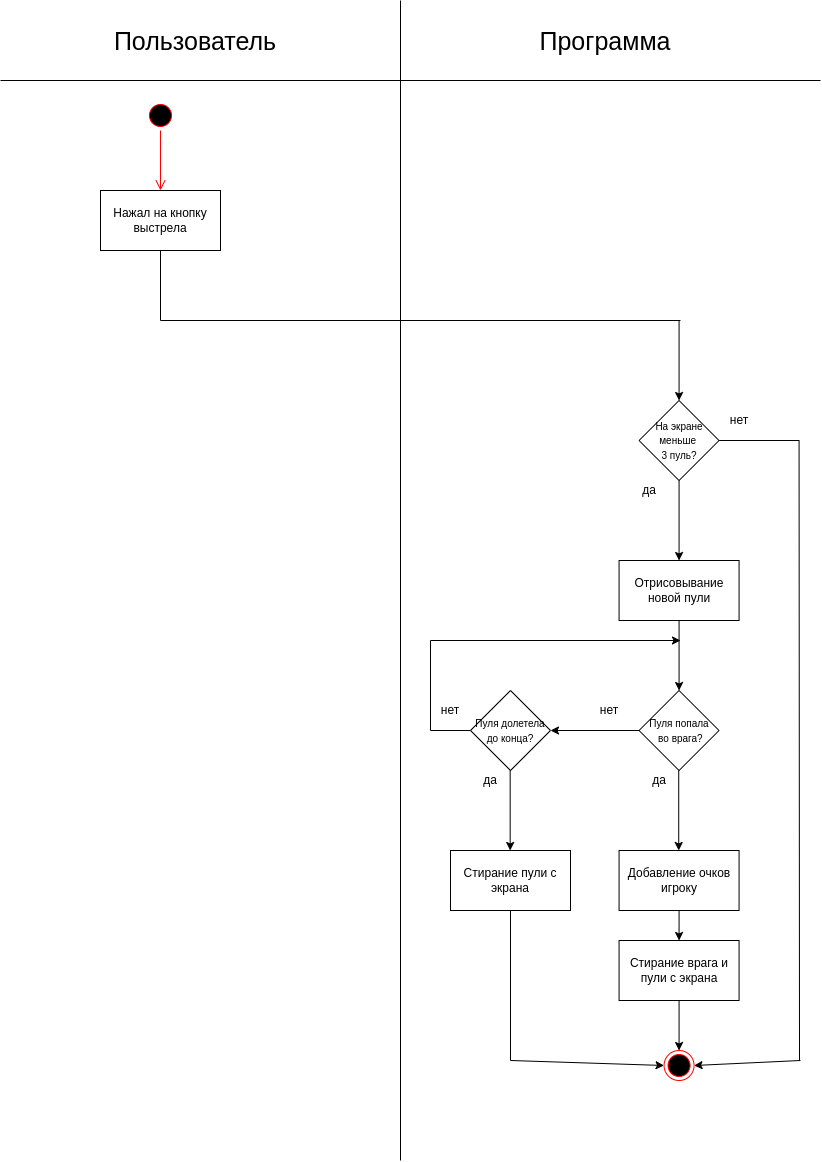
This is act_diagr/Shoot.png from postavtezachet/TRIPTO2, a draw.io export, as it was before one commit. Source tidied: cells renumbered, new cells last; positions are measured from the earlier drawing's top-left corner, leaving out a move shared by most shapes.
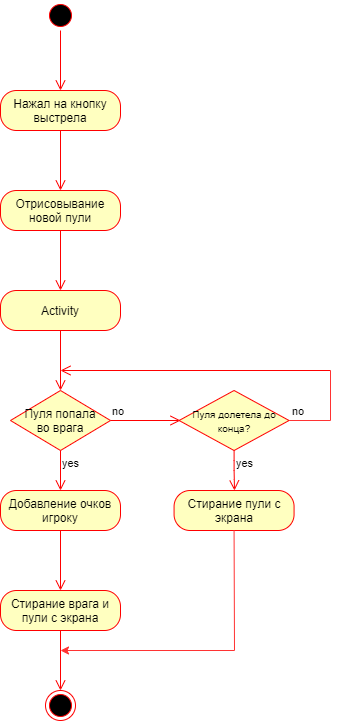
Later version of the same file.

Diff of the diagram source:
```diff
@@ -2,166 +2,108 @@
   <root>
     <mxCell id="0" />
     <mxCell id="1" parent="0" />
-    <mxCell id="2" style="endArrow=none;html=1;" parent="1" edge="1">
-      <mxGeometry relative="1" as="geometry">
-        <mxPoint y="80" as="sourcePoint" />
-        <mxPoint x="820" y="80" as="targetPoint" />
-      </mxGeometry>
-    </mxCell>
-    <mxCell id="3" style="endArrow=none;html=1;" parent="1" edge="1">
-      <mxGeometry relative="1" as="geometry">
-        <mxPoint x="400" as="sourcePoint" />
-        <mxPoint x="400" y="1160" as="targetPoint" />
-      </mxGeometry>
-    </mxCell>
-    <mxCell id="4" value="&lt;font style=&quot;font-size: 25px&quot;&gt;Пользователь&lt;/font&gt;" style="text;html=1;strokeColor=none;fillColor=none;align=center;verticalAlign=middle;whiteSpace=wrap;rounded=0;" parent="1" vertex="1">
-      <mxGeometry width="390" height="80" as="geometry" />
-    </mxCell>
-    <mxCell id="5" value="&lt;font style=&quot;font-size: 25px&quot;&gt;Программа&lt;/font&gt;" style="text;html=1;strokeColor=none;fillColor=none;align=center;verticalAlign=middle;whiteSpace=wrap;rounded=0;" parent="1" vertex="1">
-      <mxGeometry x="410" width="390" height="80" as="geometry" />
-    </mxCell>
+    <mxCell id="34" style="ellipse;html=1;shape=endState;fillColor=#000000;strokeColor=#ff0000;" parent="1" vertex="1">
+      <mxGeometry x="395" y="800" width="30" height="30" as="geometry" />
+    </mxCell>
-    <mxCell id="6" value="Нажал на кнопку выстрела" style="rounded=0;whiteSpace=wrap;html=1;" parent="1" vertex="1">
-      <mxGeometry x="100" y="190" width="120" height="60" as="geometry" />
+    <mxCell id="6" value="Нажал на кнопку выстрела" style="rounded=1;whiteSpace=wrap;html=1;arcSize=40;fontColor=#000000;fillColor=#ffffc0;strokeColor=#ff0000;" parent="1" vertex="1">
+      <mxGeometry x="350" y="200" width="120" height="40" as="geometry" />
     </mxCell>
-    <mxCell id="7" style="ellipse;html=1;shape=startState;fillColor=#000000;strokeColor=#ff0000;" parent="1" vertex="1">
-      <mxGeometry x="145" y="100" width="30" height="30" as="geometry" />
-    </mxCell>
-    <mxCell id="8" style="edgeStyle=orthogonalEdgeStyle;html=1;verticalAlign=bottom;endArrow=open;endSize=8;strokeColor=#ff0000;" parent="1" edge="1" source="7">
-      <mxGeometry relative="1" as="geometry">
-        <mxPoint x="160" y="190" as="targetPoint" />
-      </mxGeometry>
-    </mxCell>
-    <mxCell id="9" style="endArrow=none;html=1;entryX=0.5;entryY=1;entryDx=0;entryDy=0;" parent="1" edge="1" target="6">
-      <mxGeometry relative="1" as="geometry">
-        <mxPoint x="160" y="320" as="sourcePoint" />
-      </mxGeometry>
-    </mxCell>
-    <mxCell id="10" style="endArrow=none;html=1;" parent="1" edge="1">
-      <mxGeometry relative="1" as="geometry">
-        <mxPoint x="160" y="320" as="sourcePoint" />
-        <mxPoint x="680" y="320" as="targetPoint" />
-      </mxGeometry>
-    </mxCell>
-    <mxCell id="11" style="endArrow=classic;html=1;" parent="1" edge="1">
-      <mxGeometry relative="1" as="geometry">
-        <mxPoint x="678.6" y="320" as="sourcePoint" />
-        <mxPoint x="678.6" y="400" as="targetPoint" />
-      </mxGeometry>
-    </mxCell>
-    <mxCell id="12" value="&lt;font style=&quot;font-size: 10px&quot;&gt;На экране меньше &lt;br&gt;3 пуль?&lt;/font&gt;" style="rhombus;whiteSpace=wrap;html=1;" parent="1" vertex="1">
-      <mxGeometry x="638.6" y="400" width="80" height="80" as="geometry" />
-    </mxCell>
-    <mxCell id="13" style="endArrow=classic;html=1;exitX=0.5;exitY=1;exitDx=0;exitDy=0;" parent="1" edge="1" source="12">
-      <mxGeometry relative="1" as="geometry">
-        <mxPoint x="678.6" y="560" as="targetPoint" />
-      </mxGeometry>
-    </mxCell>
-    <mxCell id="14" style="endArrow=none;html=1;" parent="1" edge="1">
-      <mxGeometry relative="1" as="geometry">
-        <mxPoint x="718.6" y="440" as="sourcePoint" />
-        <mxPoint x="798.6" y="440" as="targetPoint" />
-      </mxGeometry>
-    </mxCell>
-    <mxCell id="15" style="endArrow=none;html=1;" parent="1" edge="1">
-      <mxGeometry relative="1" as="geometry">
-        <mxPoint x="799" y="1060" as="sourcePoint" />
-        <mxPoint x="798.6" y="440" as="targetPoint" />
-      </mxGeometry>
-    </mxCell>
-    <mxCell id="16" value="нет" style="text;html=1;strokeColor=none;fillColor=none;align=center;verticalAlign=middle;whiteSpace=wrap;rounded=0;" parent="1" vertex="1">
-      <mxGeometry x="718.6" y="410" width="40" height="20" as="geometry" />
-    </mxCell>
-    <mxCell id="17" value="да" style="text;html=1;strokeColor=none;fillColor=none;align=center;verticalAlign=middle;whiteSpace=wrap;rounded=0;" parent="1" vertex="1">
-      <mxGeometry x="628.6" y="480" width="40" height="20" as="geometry" />
-    </mxCell>
+    <mxCell id="41" style="edgeStyle=orthogonalEdgeStyle;html=1;verticalAlign=bottom;endArrow=open;endSize=8;strokeColor=#ff0000;" parent="1" edge="1" source="6">
+      <mxGeometry relative="1" as="geometry">
+        <mxPoint x="410" y="300" as="targetPoint" />
+      </mxGeometry>
+    </mxCell>
+    <mxCell id="42" style="ellipse;html=1;shape=startState;fillColor=#000000;strokeColor=#ff0000;" parent="1" vertex="1">
+      <mxGeometry x="395" y="110" width="30" height="30" as="geometry" />
+    </mxCell>
+    <mxCell id="43" style="edgeStyle=orthogonalEdgeStyle;html=1;verticalAlign=bottom;endArrow=open;endSize=8;strokeColor=#ff0000;" parent="1" edge="1" source="42">
+      <mxGeometry relative="1" as="geometry">
+        <mxPoint x="410" y="200" as="targetPoint" />
+      </mxGeometry>
+    </mxCell>
-    <mxCell id="18" value="Отрисовывание новой пули" style="rounded=0;whiteSpace=wrap;html=1;" parent="1" vertex="1">
-      <mxGeometry x="618.6" y="560" width="120" height="60" as="geometry" />
+    <mxCell id="18" value="Отрисовывание новой пули" style="rounded=1;whiteSpace=wrap;html=1;arcSize=40;fontColor=#000000;fillColor=#ffffc0;strokeColor=#ff0000;" parent="1" vertex="1">
+      <mxGeometry x="350" y="300" width="120" height="40" as="geometry" />
     </mxCell>
-    <mxCell id="19" value="&lt;span style=&quot;font-size: 10px&quot;&gt;Пуля попала&lt;br&gt;&amp;nbsp;во врага?&lt;/span&gt;" style="rhombus;whiteSpace=wrap;html=1;" parent="1" vertex="1">
-      <mxGeometry x="638.6" y="690" width="80" height="80" as="geometry" />
-    </mxCell>
-    <mxCell id="20" style="endArrow=classic;html=1;exitX=0.5;exitY=1;exitDx=0;exitDy=0;entryX=0.5;entryY=0;entryDx=0;entryDy=0;" parent="1" edge="1" source="18" target="19">
-      <mxGeometry relative="1" as="geometry" />
-    </mxCell>
-    <mxCell id="21" style="endArrow=classic;html=1;exitX=0.5;exitY=1;exitDx=0;exitDy=0;" parent="1" edge="1">
-      <mxGeometry relative="1" as="geometry">
-        <mxPoint x="678.2" y="770" as="sourcePoint" />
-        <mxPoint x="678.2" y="850" as="targetPoint" />
-      </mxGeometry>
-    </mxCell>
-    <mxCell id="22" value="да" style="text;html=1;strokeColor=none;fillColor=none;align=center;verticalAlign=middle;whiteSpace=wrap;rounded=0;" parent="1" vertex="1">
-      <mxGeometry x="638.6" y="770" width="40" height="20" as="geometry" />
-    </mxCell>
+    <mxCell id="44" style="edgeStyle=orthogonalEdgeStyle;html=1;verticalAlign=bottom;endArrow=open;endSize=8;strokeColor=#ff0000;" parent="1" edge="1" source="18">
+      <mxGeometry relative="1" as="geometry">
+        <mxPoint x="410" y="400" as="targetPoint" />
+      </mxGeometry>
+    </mxCell>
+    <mxCell id="45" value="Activity" style="rounded=1;whiteSpace=wrap;html=1;arcSize=40;fontColor=#000000;fillColor=#ffffc0;strokeColor=#ff0000;" parent="1" vertex="1">
+      <mxGeometry x="350" y="400" width="120" height="40" as="geometry" />
+    </mxCell>
+    <mxCell id="46" style="edgeStyle=orthogonalEdgeStyle;html=1;verticalAlign=bottom;endArrow=open;endSize=8;strokeColor=#ff0000;" parent="1" edge="1" source="45">
+      <mxGeometry relative="1" as="geometry">
+        <mxPoint x="410" y="500" as="targetPoint" />
+      </mxGeometry>
+    </mxCell>
+    <mxCell id="47" value="Пуля попала&lt;br&gt;во врага" style="rhombus;whiteSpace=wrap;html=1;fillColor=#ffffc0;strokeColor=#ff0000;" parent="1" vertex="1">
+      <mxGeometry x="360" y="500" width="100" height="60" as="geometry" />
+    </mxCell>
+    <mxCell id="48" value="no" style="edgeStyle=orthogonalEdgeStyle;html=1;align=left;verticalAlign=bottom;endArrow=open;endSize=8;strokeColor=#ff0000;" parent="1" edge="1" source="47">
+      <mxGeometry x="-1" relative="1" as="geometry">
+        <mxPoint x="530" y="530" as="targetPoint" />
+      </mxGeometry>
+    </mxCell>
+    <mxCell id="49" value="yes" style="edgeStyle=orthogonalEdgeStyle;html=1;align=left;verticalAlign=top;endArrow=open;endSize=8;strokeColor=#ff0000;" parent="1" edge="1" source="47">
+      <mxGeometry x="-1" relative="1" as="geometry">
+        <mxPoint x="410" y="600" as="targetPoint" />
+      </mxGeometry>
+    </mxCell>
+    <mxCell id="24" value="&lt;span style=&quot;font-size: 10px&quot;&gt;Пуля долетела до конца?&lt;/span&gt;" style="rhombus;whiteSpace=wrap;html=1;fillColor=#ffffc0;strokeColor=#ff0000;" parent="1" vertex="1">
+      <mxGeometry x="528.6" y="500" width="110" height="60" as="geometry" />
+    </mxCell>
+    <mxCell id="50" value="yes" style="edgeStyle=orthogonalEdgeStyle;html=1;align=left;verticalAlign=top;endArrow=open;endSize=8;strokeColor=#ff0000;" parent="1" edge="1" source="24">
+      <mxGeometry x="-1" relative="1" as="geometry">
+        <mxPoint x="584" y="600" as="targetPoint" />
+      </mxGeometry>
+    </mxCell>
+    <mxCell id="51" style="endArrow=none;html=1;entryX=1;entryY=0.5;entryDx=0;entryDy=0;strokeColor=#FF3333;" parent="1" edge="1" target="24">
+      <mxGeometry relative="1" as="geometry">
+        <mxPoint x="680" y="530" as="sourcePoint" />
+      </mxGeometry>
+    </mxCell>
+    <mxCell id="52" value="no" style="edgeStyle=orthogonalEdgeStyle;html=1;align=left;verticalAlign=bottom;endArrow=open;endSize=8;strokeColor=#ff0000;" parent="1" edge="1">
+      <mxGeometry x="-0.7" y="50" relative="1" as="geometry">
+        <mxPoint x="680" y="480" as="sourcePoint" />
+        <mxPoint x="410" y="480" as="targetPoint" />
+      </mxGeometry>
+    </mxCell>
+    <mxCell id="53" style="endArrow=none;html=1;strokeColor=#FF3333;" parent="1" edge="1">
+      <mxGeometry relative="1" as="geometry">
+        <mxPoint x="680" y="480" as="sourcePoint" />
+        <mxPoint x="680" y="530" as="targetPoint" />
+      </mxGeometry>
+    </mxCell>
+    <mxCell id="39" value="Добавление очков игроку" style="rounded=1;whiteSpace=wrap;html=1;arcSize=40;fontColor=#000000;fillColor=#ffffc0;strokeColor=#ff0000;" parent="1" vertex="1">
+      <mxGeometry x="350" y="600" width="120" height="40" as="geometry" />
+    </mxCell>
+    <mxCell id="54" style="edgeStyle=orthogonalEdgeStyle;html=1;verticalAlign=bottom;endArrow=open;endSize=8;strokeColor=#ff0000;" parent="1" edge="1" source="39">
+      <mxGeometry relative="1" as="geometry">
+        <mxPoint x="410" y="700" as="targetPoint" />
+      </mxGeometry>
+    </mxCell>
-    <mxCell id="23" value="Стирание врага и пули с экрана" style="rounded=0;whiteSpace=wrap;html=1;" parent="1" vertex="1">
-      <mxGeometry x="618.6" y="940" width="120" height="60" as="geometry" />
+    <mxCell id="23" value="Стирание врага и пули с экрана" style="rounded=1;whiteSpace=wrap;html=1;arcSize=40;fontColor=#000000;fillColor=#ffffc0;strokeColor=#ff0000;" parent="1" vertex="1">
+      <mxGeometry x="350" y="700" width="120" height="40" as="geometry" />
     </mxCell>
-    <mxCell id="24" value="&lt;span style=&quot;font-size: 10px&quot;&gt;Пуля долетела до конца?&lt;/span&gt;" style="rhombus;whiteSpace=wrap;html=1;" parent="1" vertex="1">
-      <mxGeometry x="470" y="690" width="80" height="80" as="geometry" />
-    </mxCell>
-    <mxCell id="25" style="endArrow=classic;html=1;exitX=0;exitY=0.5;exitDx=0;exitDy=0;entryX=1;entryY=0.5;entryDx=0;entryDy=0;" parent="1" edge="1" source="19" target="24">
-      <mxGeometry relative="1" as="geometry" />
-    </mxCell>
-    <mxCell id="26" value="нет" style="text;html=1;strokeColor=none;fillColor=none;align=center;verticalAlign=middle;whiteSpace=wrap;rounded=0;" parent="1" vertex="1">
-      <mxGeometry x="588.6" y="700" width="40" height="20" as="geometry" />
-    </mxCell>
-    <mxCell id="27" style="endArrow=classic;html=1;exitX=0.5;exitY=1;exitDx=0;exitDy=0;" parent="1" edge="1">
-      <mxGeometry relative="1" as="geometry">
-        <mxPoint x="509.7" y="770" as="sourcePoint" />
-        <mxPoint x="509.7" y="850" as="targetPoint" />
-      </mxGeometry>
-    </mxCell>
-    <mxCell id="28" value="да" style="text;html=1;strokeColor=none;fillColor=none;align=center;verticalAlign=middle;whiteSpace=wrap;rounded=0;" parent="1" vertex="1">
-      <mxGeometry x="470" y="770" width="40" height="20" as="geometry" />
-    </mxCell>
+    <mxCell id="55" style="edgeStyle=orthogonalEdgeStyle;html=1;verticalAlign=bottom;endArrow=open;endSize=8;strokeColor=#ff0000;" parent="1" edge="1" source="23">
+      <mxGeometry relative="1" as="geometry">
+        <mxPoint x="410" y="800" as="targetPoint" />
+      </mxGeometry>
+    </mxCell>
-    <mxCell id="29" value="Стирание пули с экрана" style="rounded=0;whiteSpace=wrap;html=1;" parent="1" vertex="1">
-      <mxGeometry x="450" y="850" width="120" height="60" as="geometry" />
+    <mxCell id="29" value="Стирание пули с экрана" style="rounded=1;whiteSpace=wrap;html=1;arcSize=40;fontColor=#000000;fillColor=#ffffc0;strokeColor=#ff0000;" parent="1" vertex="1">
+      <mxGeometry x="523.6" y="600" width="120" height="40" as="geometry" />
     </mxCell>
-    <mxCell id="30" style="endArrow=none;html=1;exitX=0;exitY=0.5;exitDx=0;exitDy=0;" parent="1" edge="1" source="24">
-      <mxGeometry relative="1" as="geometry">
-        <mxPoint x="430" y="730" as="targetPoint" />
-      </mxGeometry>
-    </mxCell>
-    <mxCell id="31" style="endArrow=none;html=1;" parent="1" edge="1">
-      <mxGeometry relative="1" as="geometry">
-        <mxPoint x="430" y="730" as="sourcePoint" />
-        <mxPoint x="430" y="640" as="targetPoint" />
-      </mxGeometry>
-    </mxCell>
-    <mxCell id="32" style="endArrow=classic;html=1;" parent="1" edge="1">
-      <mxGeometry relative="1" as="geometry">
-        <mxPoint x="430" y="640" as="sourcePoint" />
-        <mxPoint x="680" y="640" as="targetPoint" />
-      </mxGeometry>
-    </mxCell>
-    <mxCell id="33" value="нет" style="text;html=1;strokeColor=none;fillColor=none;align=center;verticalAlign=middle;whiteSpace=wrap;rounded=0;" parent="1" vertex="1">
-      <mxGeometry x="430" y="700" width="40" height="20" as="geometry" />
-    </mxCell>
-    <mxCell id="34" style="ellipse;html=1;shape=endState;fillColor=#000000;strokeColor=#ff0000;" parent="1" vertex="1">
-      <mxGeometry x="663.6" y="1050" width="30" height="30" as="geometry" />
-    </mxCell>
-    <mxCell id="35" style="endArrow=classic;html=1;entryX=0.5;entryY=0;entryDx=0;entryDy=0;exitX=0.5;exitY=1;exitDx=0;exitDy=0;" parent="1" edge="1" source="23" target="34">
-      <mxGeometry relative="1" as="geometry" />
-    </mxCell>
-    <mxCell id="36" style="endArrow=none;html=1;entryX=0.5;entryY=1;entryDx=0;entryDy=0;" parent="1" edge="1" target="29">
-      <mxGeometry relative="1" as="geometry">
-        <mxPoint x="510" y="1060" as="sourcePoint" />
-      </mxGeometry>
-    </mxCell>
-    <mxCell id="37" style="endArrow=classic;html=1;entryX=0;entryY=0.5;entryDx=0;entryDy=0;" parent="1" edge="1" target="34">
-      <mxGeometry relative="1" as="geometry">
-        <mxPoint x="510" y="1060" as="sourcePoint" />
-      </mxGeometry>
-    </mxCell>
-    <mxCell id="38" style="endArrow=classic;html=1;entryX=1;entryY=0.5;entryDx=0;entryDy=0;" parent="1" edge="1" target="34">
-      <mxGeometry relative="1" as="geometry">
-        <mxPoint x="800" y="1060" as="sourcePoint" />
-      </mxGeometry>
-    </mxCell>
-    <mxCell id="39" value="Добавление очков игроку" style="rounded=0;whiteSpace=wrap;html=1;" parent="1" vertex="1">
-      <mxGeometry x="618.6" y="850" width="120" height="60" as="geometry" />
-    </mxCell>
-    <mxCell id="40" style="endArrow=classic;html=1;exitX=0.5;exitY=1;exitDx=0;exitDy=0;entryX=0.5;entryY=0;entryDx=0;entryDy=0;" parent="1" edge="1" source="39" target="23">
-      <mxGeometry relative="1" as="geometry" />
-    </mxCell>
+    <mxCell id="56" style="endArrow=none;html=1;strokeColor=#FF3333;entryX=0.5;entryY=1;entryDx=0;entryDy=0;" parent="1" edge="1" target="29">
+      <mxGeometry relative="1" as="geometry">
+        <mxPoint x="584" y="760" as="sourcePoint" />
+      </mxGeometry>
+    </mxCell>
+    <mxCell id="57" style="endArrow=classic;html=1;strokeColor=#FF3333;" parent="1" edge="1">
+      <mxGeometry relative="1" as="geometry">
+        <mxPoint x="584" y="760" as="sourcePoint" />
+        <mxPoint x="410" y="760" as="targetPoint" />
+      </mxGeometry>
+    </mxCell>
   </root>
 </mxGraphModel>
```
